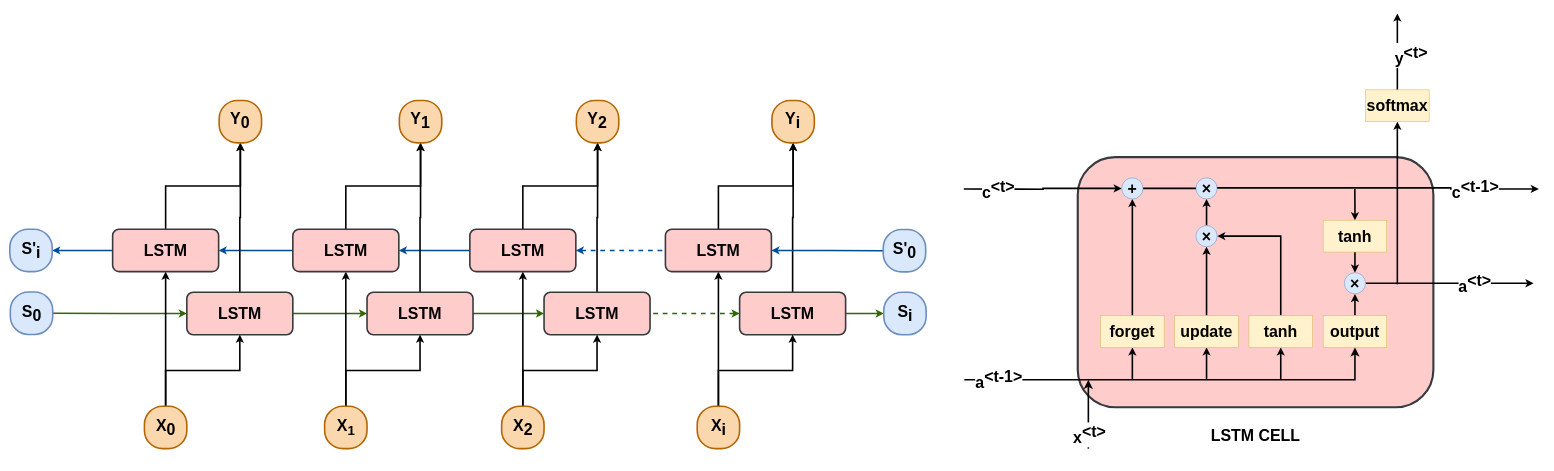
Above: BILSTM.drawio in JinboYao/mentalHealthPrediction (draw.io), before the change. Source tidied: cells renumbered, new cells numbered last; positions are measured from the earlier drawing's top-left corner, leaving out a move shared by most shapes. Both pictures are drawn from the tidied source at 53%, with x=0, y=0 at pixel (10, 13).
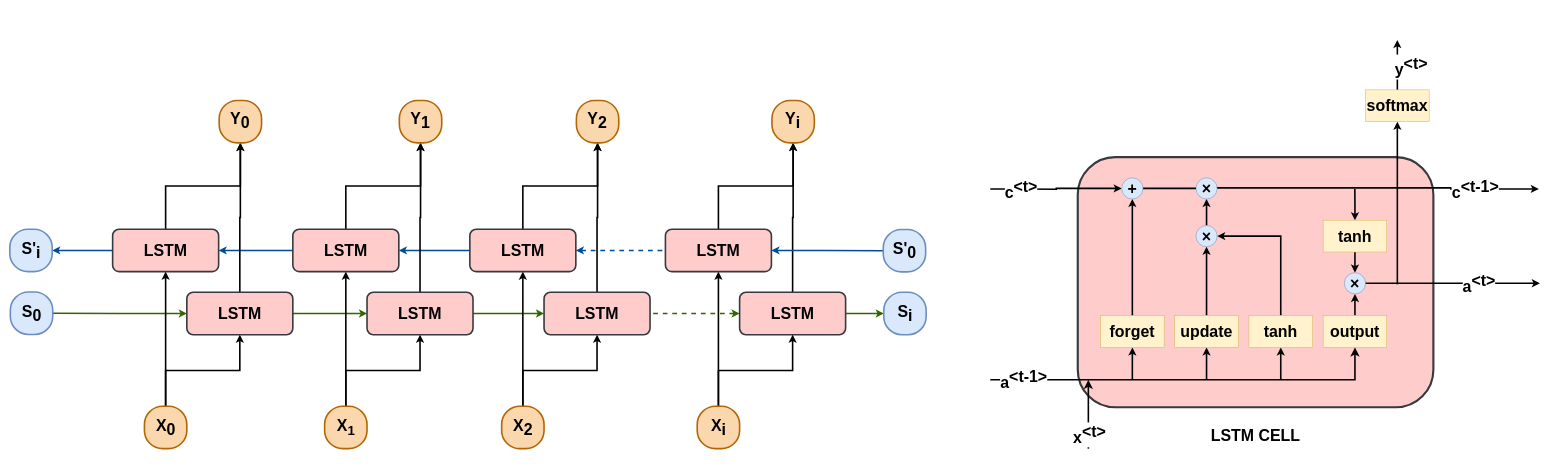
The same page after the edit.

Unchanged cells that the change refers to:
```xml
<mxCell id="32" value="&lt;span style=&quot;font-size: 30px;&quot;&gt;&lt;font style=&quot;font-size: 30px;&quot;&gt;output&lt;/font&gt;&lt;/span&gt;" style="rounded=0;whiteSpace=wrap;html=1;fillColor=#fff2cc;strokeColor=#d6b656;fontSize=30;fontStyle=1;" parent="1" vertex="1">
  <mxGeometry x="2478" y="570" width="120" height="60" as="geometry" />
</mxCell>
<mxCell id="40" value="&lt;font style=&quot;font-size: 30px;&quot;&gt;×&lt;/font&gt;" style="ellipse;whiteSpace=wrap;html=1;fillColor=#dae8fc;strokeColor=#6c8ebf;fontSize=30;fontStyle=1;" parent="1" vertex="1">
  <mxGeometry x="2518" y="489" width="40" height="40" as="geometry" />
</mxCell>
<mxCell id="47" value="&lt;font style=&quot;font-size: 30px;&quot;&gt;+&lt;/font&gt;" style="ellipse;whiteSpace=wrap;html=1;fillColor=#dae8fc;strokeColor=#6c8ebf;fontSize=30;fontStyle=1;" parent="1" vertex="1">
  <mxGeometry x="2098" y="310" width="40" height="40" as="geometry" />
</mxCell>
```

Change to the diagram source:
```diff
@@
-    <mxCell id="38" style="edgeStyle=orthogonalEdgeStyle;rounded=0;jettySize=auto;html=1;exitX=1;exitY=0.5;exitDx=0;exitDy=0;strokeWidth=3;fontSize=30;fontStyle=1;" parent="1" edge="1" source="40">
+    <mxCell id="38" style="edgeStyle=orthogonalEdgeStyle;rounded=0;orthogonalLoop=1;jettySize=auto;html=1;exitX=1;exitY=0.5;exitDx=0;exitDy=0;strokeWidth=3;fontSize=30;fontStyle=1;" parent="1" edge="1">
       <mxGeometry relative="1" as="geometry">
-        <mxPoint x="2875" y="509" as="targetPoint" />
+        <mxPoint x="2555" y="509" as="sourcePoint" />
+        <mxPoint x="2887" y="509" as="targetPoint" />
       </mxGeometry>
     </mxCell>
@@
     <mxCell id="45" style="edgeStyle=orthogonalEdgeStyle;rounded=0;jettySize=auto;html=1;strokeWidth=3;endArrow=none;endFill=0;startArrow=classic;startFill=1;fontSize=30;fontStyle=1;" parent="1" edge="1" source="47">
       <mxGeometry relative="1" as="geometry">
-        <mxPoint x="1800" y="331" as="targetPoint" />
+        <mxPoint x="1850" y="331" as="targetPoint" />
       </mxGeometry>
     </mxCell>
     <mxCell id="46" value="c&lt;sup style=&quot;font-size: 30px;&quot;&gt;&amp;lt;t&amp;gt;&lt;/sup&gt;" style="edgeLabel;html=1;align=center;verticalAlign=middle;fontSize=30;fontStyle=1;" parent="45" vertex="1">
       <mxGeometry x="0.67" y="1" relative="1" as="geometry">
-        <mxPoint x="15" as="offset" />
+        <mxPoint x="16" as="offset" />
       </mxGeometry>
     </mxCell>
@@
-    <mxCell id="48" style="edgeStyle=segmentEdgeStyle;endArrow=classic;html=1;curved=0;rounded=0;endSize=8;startSize=8;entryX=0.5;entryY=1;entryDx=0;entryDy=0;strokeWidth=3;fontSize=30;fontStyle=1;" parent="1" edge="1" target="32">
+    <mxCell id="48" style="edgeStyle=segmentEdgeStyle;endArrow=classic;html=1;curved=0;rounded=0;endSize=8;startSize=8;entryX=0.5;entryY=1;entryDx=0;entryDy=0;strokeWidth=3;fontSize=30;fontStyle=1;" parent="1" edge="1">
       <mxGeometry relative="1" as="geometry">
-        <mxPoint x="1801" y="691" as="sourcePoint" />
+        <mxPoint x="1850" y="691" as="sourcePoint" />
+        <mxPoint x="2538" y="630" as="targetPoint" />
       </mxGeometry>
     </mxCell>
     <mxCell id="49" value="a&lt;sup style=&quot;font-size: 30px;&quot;&gt;&amp;lt;t-1&amp;gt;&lt;/sup&gt;" style="edgeLabel;html=1;align=center;verticalAlign=middle;fontSize=30;fontStyle=1;" parent="48" vertex="1">
       <mxGeometry x="-0.9" y="1" relative="1" as="geometry">
-        <mxPoint x="24" as="offset" />
+        <mxPoint x="25" as="offset" />
       </mxGeometry>
     </mxCell>
@@
     <mxCell id="53" style="edgeStyle=orthogonalEdgeStyle;rounded=0;orthogonalLoop=1;jettySize=auto;html=1;strokeWidth=3;fontSize=30;exitX=0.5;exitY=0;exitDx=0;exitDy=0;fontStyle=1;" parent="1" edge="1">
       <mxGeometry relative="1" as="geometry">
         <mxPoint x="2618" y="163" as="sourcePoint" />
-        <mxPoint x="2618" as="targetPoint" />
+        <mxPoint x="2618" y="50" as="targetPoint" />
       </mxGeometry>
     </mxCell>
     <mxCell id="54" value="y&lt;sup style=&quot;font-size: 30px;&quot;&gt;&amp;lt;t&amp;gt;&lt;/sup&gt;" style="edgeLabel;html=1;align=center;verticalAlign=middle;fontSize=30;fontStyle=1;" parent="53" vertex="1">
       <mxGeometry x="0.17" y="2" relative="1" as="geometry">
-        <mxPoint x="27" y="10" as="offset" />
+        <mxPoint x="27" y="3" as="offset" />
       </mxGeometry>
     </mxCell>
```
